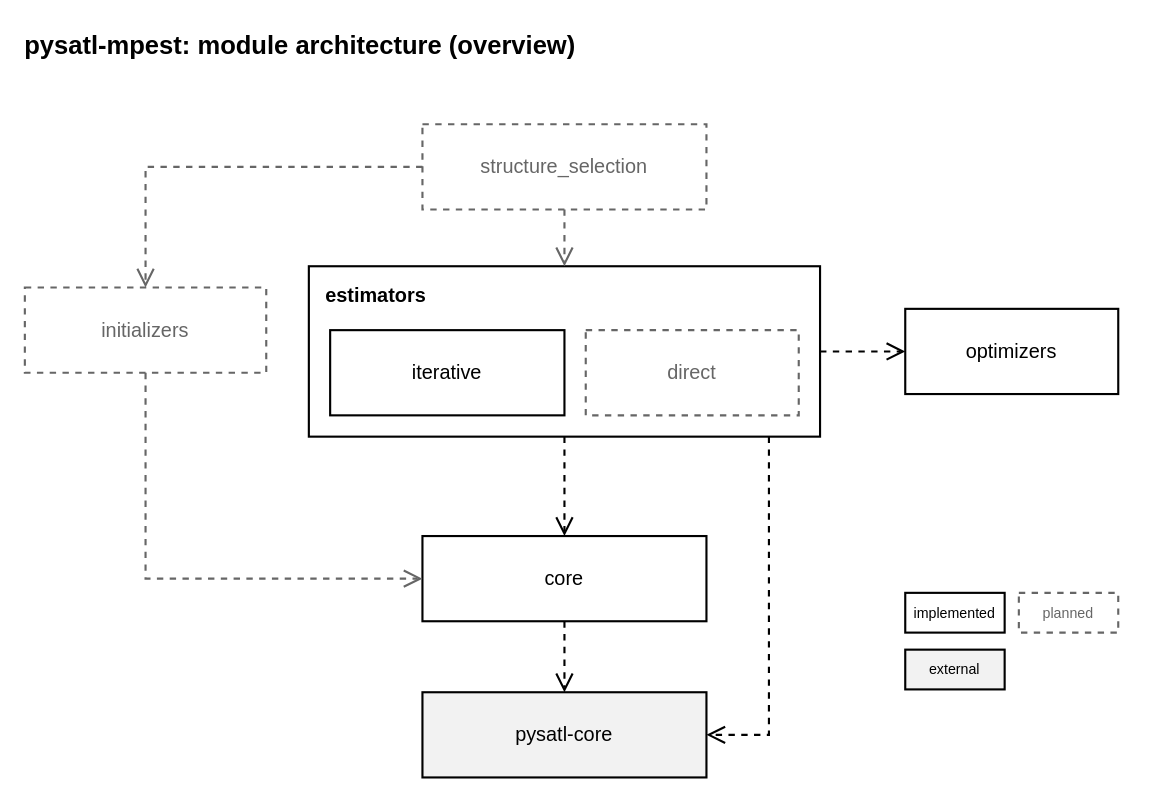
Before: page "Overview" (1 of 2) of docs_new/source/design/diagrams/module-architecture.drawio in PySATL/pysatl-mpest, a draw.io diagram. Source tidied: cells renumbered, new cells numbered last; positions are measured from the earlier drawing's top-left corner, leaving out a move shared by most shapes. Both pictures are drawn from the tidied source at 142%, with x=0, y=0 at pixel (24, 24).
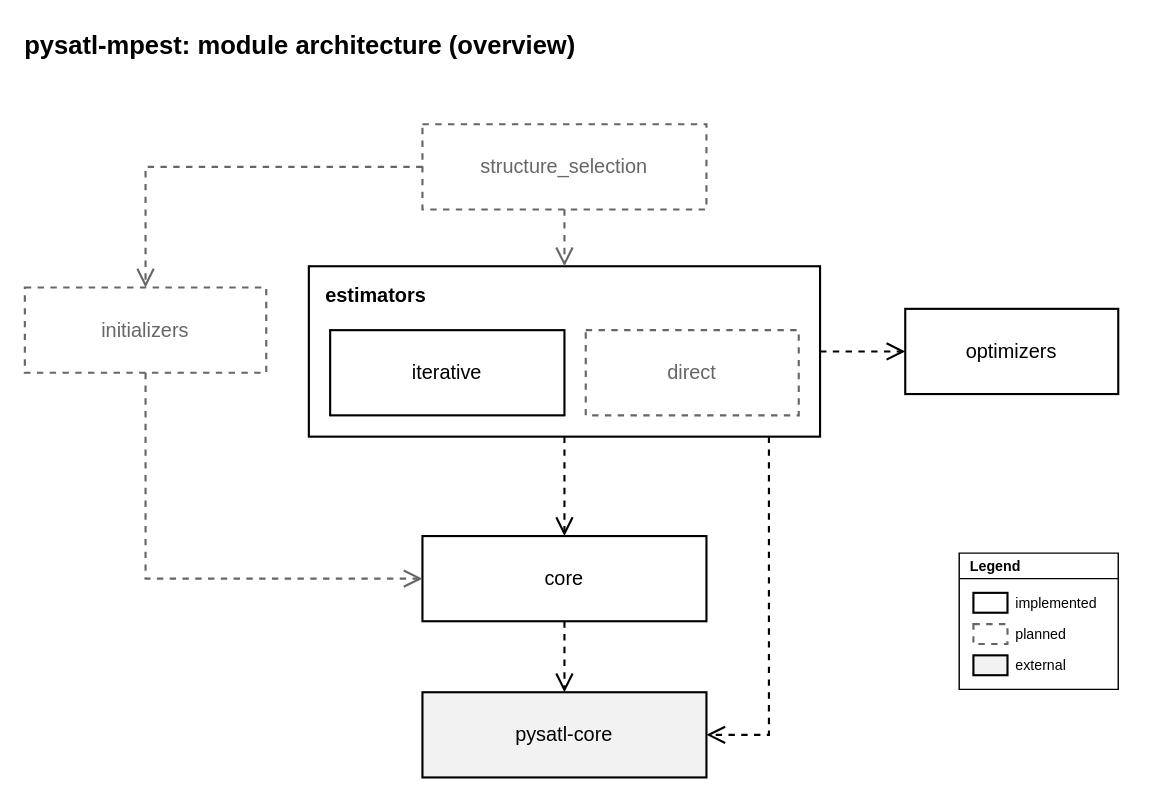
The same diagram, later.

Diff of the diagram source:
```diff
@@
+    <mxCell id="21" value="Legend" style="swimlane;startSize=18;html=1;fontSize=10;fontStyle=1;align=left;spacingLeft=6;fillColor=none;swimlaneFillColor=#ffffff;strokeColor=#000000;strokeWidth=1;fontFamily=Helvetica;fontColor=#000000;" parent="1" vertex="1">
+      <mxGeometry x="658" y="372" width="112" height="96" as="geometry" />
+    </mxCell>
+    <mxCell id="22" style="rounded=0;whiteSpace=wrap;html=1;fillColor=#ffffff;strokeColor=#000000;strokeWidth=1.5;" parent="1" vertex="1">
+      <mxGeometry x="668" y="400" width="24" height="14" as="geometry" />
+    </mxCell>
-    <mxCell id="18" value="implemented" style="rounded=0;whiteSpace=wrap;html=1;fillColor=#ffffff;strokeColor=#000000;strokeWidth=1.5;fontSize=14;fontFamily=Helvetica;fontColor=#000000;fontSize=10;" parent="1" vertex="1">
-      <mxGeometry x="620" y="400" width="70" height="28" as="geometry" />
+    <mxCell id="18" value="implemented" style="text;html=1;align=left;verticalAlign=middle;spacing=0;fontSize=10;fontFamily=Helvetica;fontColor=#000000;" parent="1" vertex="1">
+      <mxGeometry x="698" y="398" width="62" height="18" as="geometry" />
     </mxCell>
+    <mxCell id="23" style="rounded=0;whiteSpace=wrap;html=1;fillColor=#ffffff;strokeColor=#666666;strokeWidth=1.5;dashed=1;" parent="1" vertex="1">
+      <mxGeometry x="668" y="422" width="24" height="14" as="geometry" />
+    </mxCell>
-    <mxCell id="19" value="planned" style="rounded=0;whiteSpace=wrap;html=1;fillColor=#ffffff;strokeColor=#666666;strokeWidth=1.5;dashed=1;fontSize=14;fontFamily=Helvetica;fontColor=#666666;fontSize=10;" parent="1" vertex="1">
-      <mxGeometry x="700" y="400" width="70" height="28" as="geometry" />
+    <mxCell id="19" value="planned" style="text;html=1;align=left;verticalAlign=middle;spacing=0;fontSize=10;fontFamily=Helvetica;fontColor=#000000;" parent="1" vertex="1">
+      <mxGeometry x="698" y="420" width="39" height="18" as="geometry" />
     </mxCell>
+    <mxCell id="24" style="rounded=0;whiteSpace=wrap;html=1;fillColor=#F2F2F2;strokeColor=#000000;strokeWidth=1.5;" parent="1" vertex="1">
+      <mxGeometry x="668" y="444" width="24" height="14" as="geometry" />
+    </mxCell>
-    <mxCell id="20" value="external" style="rounded=0;whiteSpace=wrap;html=1;fillColor=#F2F2F2;strokeColor=#000000;strokeWidth=1.5;fontSize=14;fontFamily=Helvetica;fontColor=#000000;fontSize=10;" parent="1" vertex="1">
-      <mxGeometry x="620" y="440" width="70" height="28" as="geometry" />
+    <mxCell id="20" value="external" style="text;html=1;align=left;verticalAlign=middle;spacing=0;fontSize=10;fontFamily=Helvetica;fontColor=#000000;" parent="1" vertex="1">
+      <mxGeometry x="698" y="442" width="45" height="18" as="geometry" />
     </mxCell>
```
